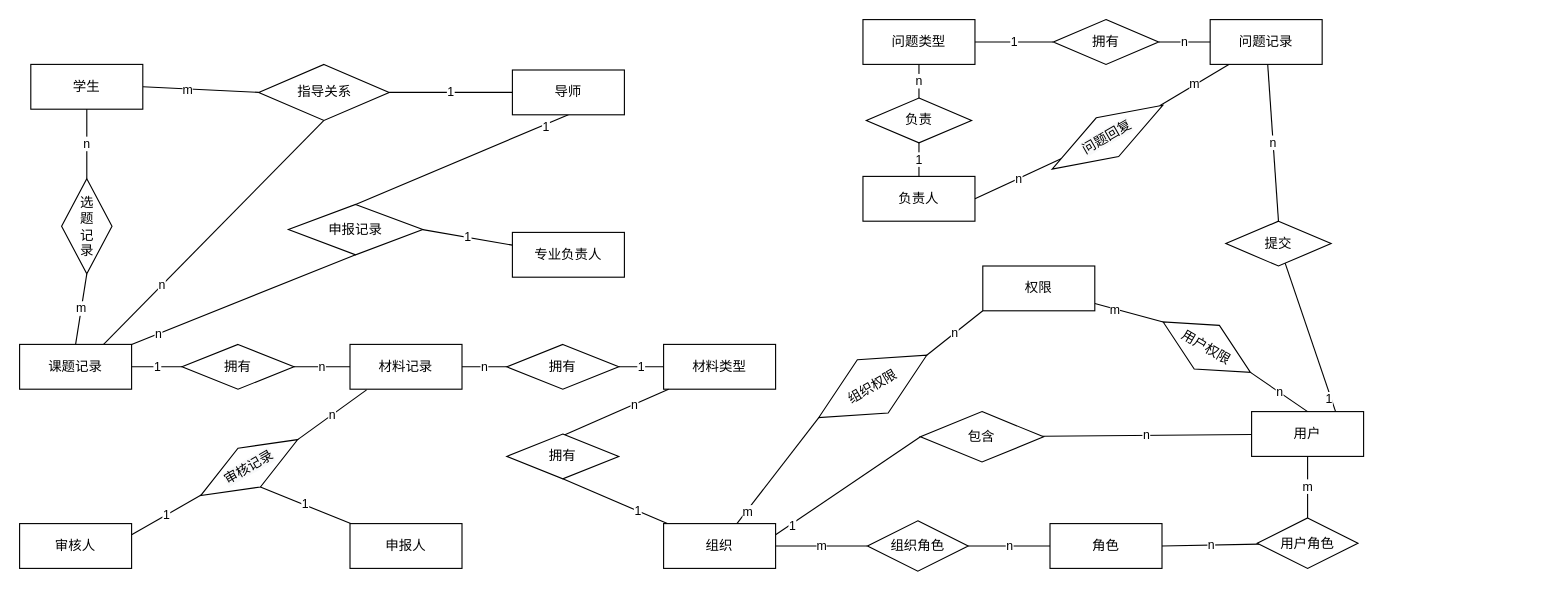
The draw.io diagram page "整体ER模型" (1 of 5) of 毕设管理系统/ER模型图.drawio in FdfGithub/drawio, before the edit. Source tidied: cells renumbered, new cells numbered last; positions are measured from the earlier drawing's top-left corner, leaving out a move shared by most shapes. Both pictures are drawn from the tidied source at 112%, with x=0, y=0 at pixel (19, 19).
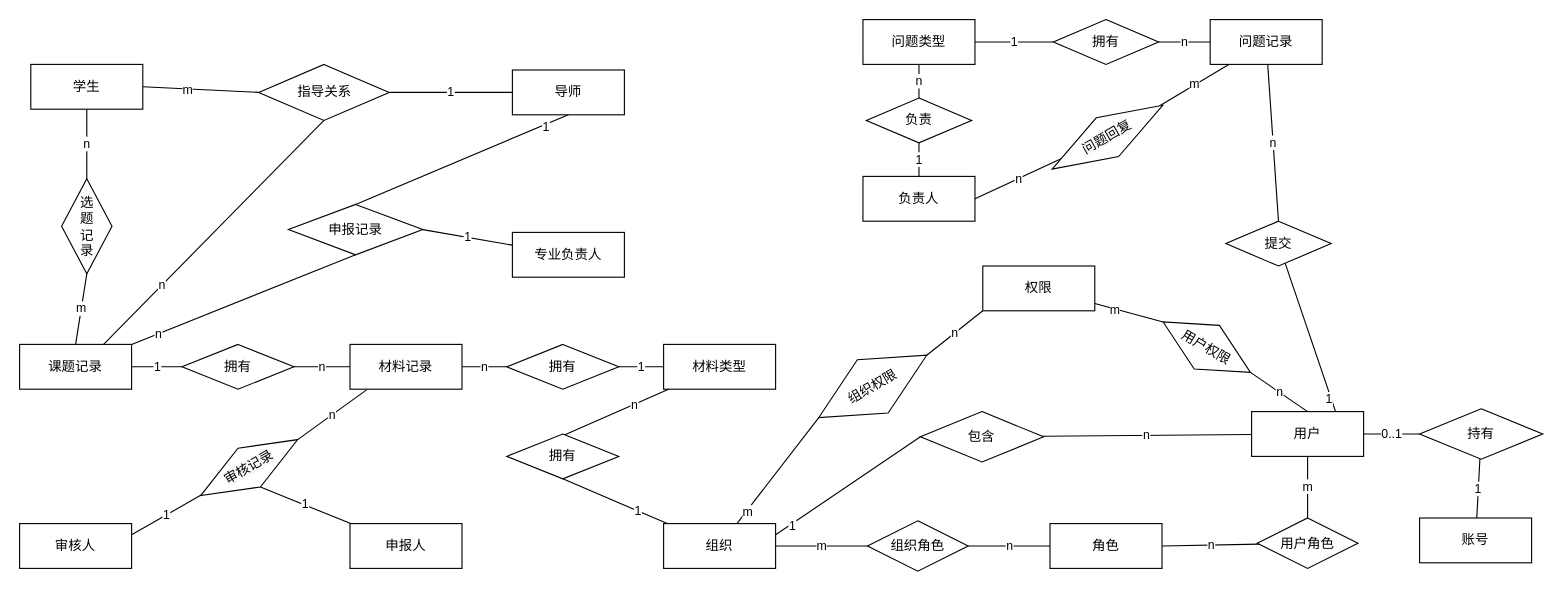
The same page after the edit.

What changed in the source:
```diff
@@
+    <mxCell id="79" value="0..1" style="edgeStyle=none;rounded=0;jettySize=auto;html=1;entryX=0;entryY=0.5;entryDx=0;entryDy=0;endArrow=none;endFill=0;" parent="1" edge="1" target="82">
+      <mxGeometry relative="1" as="geometry">
+        <mxPoint x="1200" y="370" as="sourcePoint" />
+      </mxGeometry>
+    </mxCell>
+    <mxCell id="80" value="账号" style="whiteSpace=wrap;html=1;align=center;" parent="1" vertex="1">
+      <mxGeometry x="1250" y="445" width="100" height="40" as="geometry" />
+    </mxCell>
+    <mxCell id="81" value="1" style="edgeStyle=none;rounded=0;jettySize=auto;html=1;endArrow=none;endFill=0;" parent="1" edge="1" source="82" target="80">
+      <mxGeometry relative="1" as="geometry" />
+    </mxCell>
+    <mxCell id="82" value="持有" style="shape=rhombus;perimeter=rhombusPerimeter;whiteSpace=wrap;html=1;align=center;" parent="1" vertex="1">
+      <mxGeometry x="1250" y="347.5" width="110" height="45" as="geometry" />
+    </mxCell>
```
